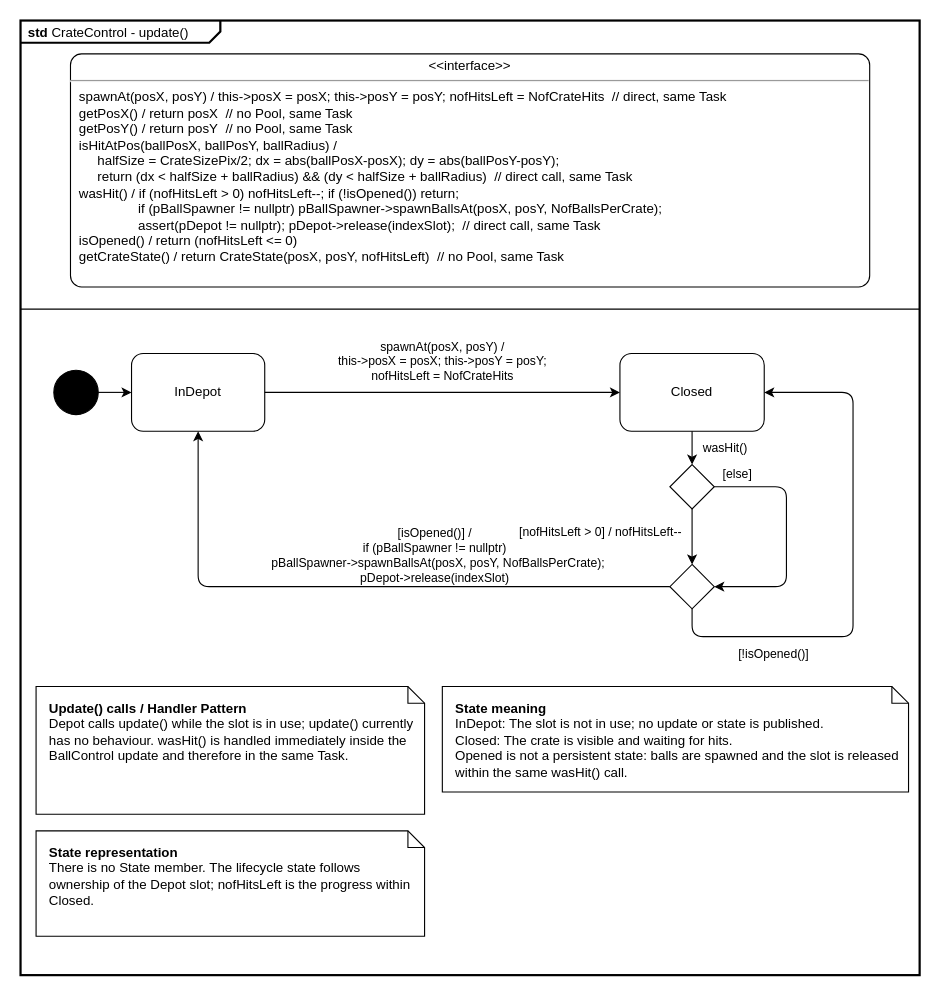
This is page "STD CrateControl" (19 of 19) of apps/pong_super/models/pong_super.drawio from nepbuur1/test_lasergame_2_rework_CleanGUI_godmode, a draw.io file, before an edit. Source tidied: cells renumbered, new cells numbered last; positions are measured from the earlier drawing's top-left corner, leaving out a move shared by most shapes. Both pictures are drawn from the tidied source at 111%, with x=0, y=0 at pixel (20, 20).
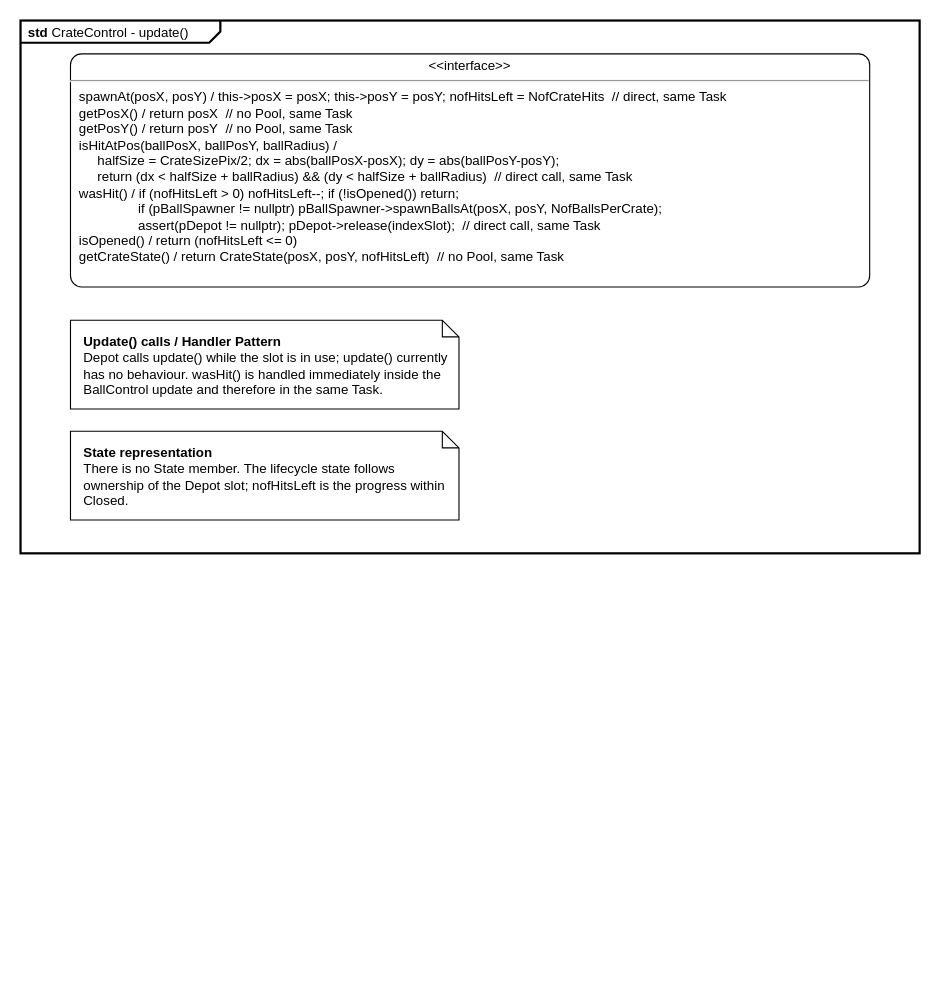
The same page after the edit.

The edit, as a diff of the source:
```diff
@@
     <mxCell id="2" value="&lt;p style=&quot;margin:0px;margin-top:4px;margin-left:7px;text-align:left;&quot;&gt;&lt;b&gt;std&lt;/b&gt;  CrateControl - update()&lt;/p&gt;" style="html=1;shape=mxgraph.sysml.package;overflow=fill;labelX=180;strokeWidth=2;align=center;" parent="1" vertex="1">
-      <mxGeometry width="810" height="860" as="geometry" />
+      <mxGeometry width="810" height="480" as="geometry" />
     </mxCell>
@@
-    <mxCell id="4" style="shape=ellipse;html=1;fillColor=#000000;fontSize=18;fontColor=#ffffff;" parent="1" vertex="1">
-      <mxGeometry x="30" y="315" width="40" height="40" as="geometry" />
-    </mxCell>
-    <mxCell id="5" value="InDepot" style="rounded=1;whiteSpace=wrap;html=1;" parent="1" vertex="1">
-      <mxGeometry x="100" y="300" width="120" height="70" as="geometry" />
-    </mxCell>
-    <mxCell id="6" value="Closed" style="rounded=1;whiteSpace=wrap;html=1;" parent="1" vertex="1">
-      <mxGeometry x="540" y="300" width="130" height="70" as="geometry" />
-    </mxCell>
-    <mxCell id="7" style="rhombus;whiteSpace=wrap;html=1;" parent="1" vertex="1">
-      <mxGeometry x="585" y="490" width="40" height="40" as="geometry" />
-    </mxCell>
-    <mxCell id="8" style="endArrow=classic;html=1;rounded=1;align=center;curved=0;" parent="1" edge="1" source="4" target="5">
-      <mxGeometry relative="1" as="geometry" />
-    </mxCell>
-    <mxCell id="9" value="&lt;div&gt;spawnAt(posX, posY) /&lt;/div&gt;&lt;div&gt;this-&amp;gt;posX = posX; this-&amp;gt;posY = posY;&lt;/div&gt;&lt;div&gt;nofHitsLeft = NofCrateHits&lt;/div&gt;" style="edgeStyle=orthogonalEdgeStyle;rounded=1;jettySize=auto;html=1;curved=0;" parent="1" edge="1" source="5" target="6">
-      <mxGeometry y="28" relative="1" as="geometry">
-        <Array as="points">
-          <mxPoint x="380" y="335" />
-          <mxPoint x="380" y="335" />
-        </Array>
-      </mxGeometry>
-    </mxCell>
-    <mxCell id="10" value="&lt;div&gt;[isOpened()] /&lt;/div&gt;&lt;div&gt;if (pBallSpawner != nullptr)&lt;/div&gt;&lt;div&gt;&amp;nbsp;&amp;nbsp;pBallSpawner-&amp;gt;spawnBallsAt(posX, posY, NofBallsPerCrate);&lt;/div&gt;&lt;div&gt;pDepot-&amp;gt;release(indexSlot)&lt;/div&gt;" style="edgeStyle=orthogonalEdgeStyle;rounded=1;jettySize=auto;html=1;curved=0;" parent="1" edge="1" source="7" target="5">
-      <mxGeometry x="-0.25" y="-28" relative="1" as="geometry">
-        <Array as="points">
-          <mxPoint x="160" y="510" />
-        </Array>
-      </mxGeometry>
-    </mxCell>
     <mxCell id="11" value="&lt;div&gt;&lt;b&gt;Update() calls / Handler Pattern&lt;/b&gt;&lt;/div&gt;&lt;div&gt;Depot calls update() while the slot is in use; update() currently has no behaviour. wasHit() is handled immediately inside the BallControl update and therefore in the same Task.&lt;/div&gt;" style="shape=note;size=15;align=left;verticalAlign=top;spacingLeft=10;spacingTop=6;html=1;whiteSpace=wrap;" parent="1" vertex="1">
-      <mxGeometry x="14" y="600" width="350" height="115" as="geometry" />
+      <mxGeometry x="45" y="270" width="350" height="80" as="geometry" />
     </mxCell>
-    <mxCell id="12" value="&lt;div&gt;&lt;b&gt;State meaning&lt;/b&gt;&lt;/div&gt;&lt;div&gt;InDepot: The slot is not in use; no update or state is published.&lt;/div&gt;&lt;div&gt;Closed: The crate is visible and waiting for hits.&lt;/div&gt;&lt;div&gt;Opened is not a persistent state: balls are spawned and the slot is released within the same wasHit() call.&lt;/div&gt;" style="shape=note;size=15;align=left;verticalAlign=top;spacingLeft=10;spacingTop=6;html=1;whiteSpace=wrap;" parent="1" vertex="1">
-      <mxGeometry x="380" y="600" width="420" height="95" as="geometry" />
-    </mxCell>
     <mxCell id="13" value="&lt;div&gt;&lt;b&gt;State representation&lt;/b&gt;&lt;/div&gt;&lt;div&gt;There is no State member. The lifecycle state follows ownership of the Depot slot; nofHitsLeft is the progress within Closed.&lt;/div&gt;" style="shape=note;size=15;align=left;verticalAlign=top;spacingLeft=10;spacingTop=6;html=1;whiteSpace=wrap;" parent="1" vertex="1">
-      <mxGeometry x="14" y="730" width="350" height="95" as="geometry" />
+      <mxGeometry x="45" y="370" width="350" height="80" as="geometry" />
     </mxCell>
-    <mxCell id="14" style="line;strokeWidth=1;fillColor=none;align=left;verticalAlign=middle;spacingTop=-1;spacingLeft=3;spacingRight=3;labelPosition=right;" parent="1" vertex="1">
-      <mxGeometry y="256" width="810" height="8" as="geometry" />
-    </mxCell>
-    <mxCell id="15" style="rhombus;whiteSpace=wrap;html=1;" parent="1" vertex="1">
-      <mxGeometry x="585" y="400" width="40" height="40" as="geometry" />
-    </mxCell>
-    <mxCell id="16" value="wasHit()" style="edgeStyle=orthogonalEdgeStyle;rounded=1;jettySize=auto;html=1;curved=0;exitX=0.5;exitY=1;entryX=0.5;entryY=0;align=left;verticalAlign=top;labelBackgroundColor=none;" parent="1" edge="1" source="6" target="15">
-      <mxGeometry x="-1" relative="1" as="geometry">
-        <mxPoint x="8" y="2" as="offset" />
-      </mxGeometry>
-    </mxCell>
-    <mxCell id="17" value="[nofHitsLeft &amp;gt; 0] / nofHitsLeft--" style="edgeStyle=orthogonalEdgeStyle;rounded=1;jettySize=auto;html=1;curved=0;exitX=0.5;exitY=1;entryX=0.5;entryY=0;align=right;verticalAlign=top;labelBackgroundColor=none;" parent="1" edge="1" source="15" target="7">
-      <mxGeometry x="-1" relative="1" as="geometry">
-        <mxPoint x="-8" y="8" as="offset" />
-      </mxGeometry>
-    </mxCell>
-    <mxCell id="18" value="[else]" style="edgeStyle=orthogonalEdgeStyle;rounded=1;jettySize=auto;html=1;curved=0;exitX=1;exitY=0.5;entryX=1;entryY=0.5;align=left;verticalAlign=top;labelBackgroundColor=none;" parent="1" edge="1" source="15" target="7">
-      <mxGeometry x="-1" relative="1" as="geometry">
-        <Array as="points">
-          <mxPoint x="690" y="420" />
-          <mxPoint x="690" y="510" />
-        </Array>
-        <mxPoint x="6" y="-24" as="offset" />
-      </mxGeometry>
-    </mxCell>
-    <mxCell id="19" value="[!isOpened()]" style="edgeStyle=orthogonalEdgeStyle;rounded=1;jettySize=auto;html=1;curved=0;exitX=0.5;exitY=1;entryX=1;entryY=0.5;align=left;verticalAlign=top;labelBackgroundColor=none;" parent="1" edge="1" source="7" target="6">
-      <mxGeometry x="-1" relative="1" as="geometry">
-        <Array as="points">
-          <mxPoint x="605" y="555" />
-          <mxPoint x="750" y="555" />
-          <mxPoint x="750" y="335" />
-        </Array>
-        <mxPoint x="40" y="28" as="offset" />
-      </mxGeometry>
-    </mxCell>
```
